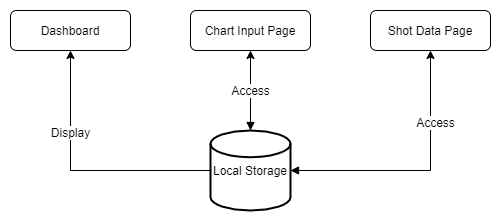
Above: doc/design.png in nsy-code/BasketballShotChart (draw.io), before the change. Source tidied: cells renumbered, new cells last; positions are measured from the earlier drawing's top-left corner, leaving out a move shared by most shapes. Its diagram source:
```xml
<mxGraphModel>
  <root>
    <mxCell id="0" />
    <mxCell id="1" parent="0" />
    <mxCell id="2" value="Dashboard" style="rounded=1;whiteSpace=wrap;html=1;" parent="1" vertex="1">
      <mxGeometry width="120" height="40" as="geometry" />
    </mxCell>
    <mxCell id="3" style="edgeStyle=orthogonalEdgeStyle;rounded=0;jettySize=auto;html=1;entryX=0.5;entryY=1;entryDx=0;entryDy=0;" parent="1" edge="1" source="8" target="2">
      <mxGeometry relative="1" as="geometry" />
    </mxCell>
    <mxCell id="4" value="Display" style="edgeLabel;html=1;align=center;verticalAlign=middle;" parent="3" vertex="1">
      <mxGeometry x="0.38" y="1" relative="1" as="geometry" />
    </mxCell>
    <mxCell id="5" value="Access" style="edgeStyle=orthogonalEdgeStyle;rounded=0;jettySize=auto;html=1;entryX=0.5;entryY=1;entryDx=0;entryDy=0;startArrow=block;startFill=1;" parent="1" edge="1" source="8" target="9">
      <mxGeometry relative="1" as="geometry" />
    </mxCell>
    <mxCell id="6" style="edgeStyle=orthogonalEdgeStyle;rounded=0;jettySize=auto;html=1;entryX=0.5;entryY=1;entryDx=0;entryDy=0;startArrow=block;startFill=1;" parent="1" edge="1" source="8" target="10">
      <mxGeometry relative="1" as="geometry" />
    </mxCell>
    <mxCell id="7" value="Access" style="edgeLabel;html=1;align=center;verticalAlign=middle;" parent="6" vertex="1">
      <mxGeometry x="0.45" y="-4" relative="1" as="geometry" />
    </mxCell>
    <mxCell id="8" value="Local Storage" style="strokeWidth=2;html=1;shape=mxgraph.flowchart.database;whiteSpace=wrap;" parent="1" vertex="1">
      <mxGeometry x="200" y="120" width="80" height="80" as="geometry" />
    </mxCell>
    <mxCell id="9" value="Chart Input Page" style="rounded=1;whiteSpace=wrap;html=1;" parent="1" vertex="1">
      <mxGeometry x="180" width="120" height="40" as="geometry" />
    </mxCell>
    <mxCell id="10" value="Shot Data Page" style="rounded=1;whiteSpace=wrap;html=1;" parent="1" vertex="1">
      <mxGeometry x="360" width="120" height="40" as="geometry" />
    </mxCell>
  </root>
</mxGraphModel>
```
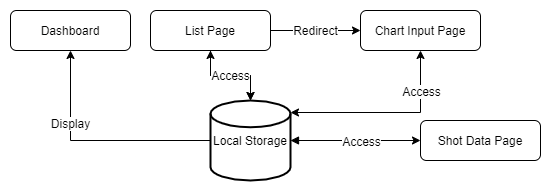
The same diagram one commit later.

Change to the diagram source:
```diff
@@ -3,7 +3,7 @@
     <mxCell id="0" />
     <mxCell id="1" parent="0" />
     <mxCell id="2" value="Dashboard" style="rounded=1;whiteSpace=wrap;html=1;" parent="1" vertex="1">
-      <mxGeometry width="120" height="40" as="geometry" />
+      <mxGeometry y="30" width="120" height="40" as="geometry" />
     </mxCell>
     <mxCell id="3" style="edgeStyle=orthogonalEdgeStyle;rounded=0;jettySize=auto;html=1;entryX=0.5;entryY=1;entryDx=0;entryDy=0;" parent="1" edge="1" source="8" target="2">
       <mxGeometry relative="1" as="geometry" />
@@ -11,23 +11,51 @@
     <mxCell id="4" value="Display" style="edgeLabel;html=1;align=center;verticalAlign=middle;" parent="3" vertex="1">
       <mxGeometry x="0.38" y="1" relative="1" as="geometry" />
     </mxCell>
-    <mxCell id="5" value="Access" style="edgeStyle=orthogonalEdgeStyle;rounded=0;jettySize=auto;html=1;entryX=0.5;entryY=1;entryDx=0;entryDy=0;startArrow=block;startFill=1;" parent="1" edge="1" source="8" target="9">
-      <mxGeometry relative="1" as="geometry" />
+    <mxCell id="5" value="Redirect" style="edgeStyle=orthogonalEdgeStyle;rounded=0;jettySize=auto;html=1;entryX=0;entryY=0.5;entryDx=0;entryDy=0;startArrow=none;startFill=1;" parent="1" edge="1" source="15" target="9">
+      <mxGeometry relative="1" as="geometry">
+        <Array as="points">
+          <mxPoint x="300" y="50" />
+          <mxPoint x="300" y="50" />
+        </Array>
+      </mxGeometry>
     </mxCell>
-    <mxCell id="6" style="edgeStyle=orthogonalEdgeStyle;rounded=0;jettySize=auto;html=1;entryX=0.5;entryY=1;entryDx=0;entryDy=0;startArrow=block;startFill=1;" parent="1" edge="1" source="8" target="10">
+    <mxCell id="6" style="edgeStyle=orthogonalEdgeStyle;rounded=0;jettySize=auto;html=1;entryX=0;entryY=0.5;entryDx=0;entryDy=0;startArrow=block;startFill=1;" parent="1" edge="1" source="8" target="10">
       <mxGeometry relative="1" as="geometry" />
     </mxCell>
     <mxCell id="7" value="Access" style="edgeLabel;html=1;align=center;verticalAlign=middle;" parent="6" vertex="1">
-      <mxGeometry x="0.45" y="-4" relative="1" as="geometry" />
+      <mxGeometry x="0.45" y="-4" relative="1" as="geometry">
+        <mxPoint x="-24" y="-4" as="offset" />
+      </mxGeometry>
     </mxCell>
     <mxCell id="8" value="Local Storage" style="strokeWidth=2;html=1;shape=mxgraph.flowchart.database;whiteSpace=wrap;" parent="1" vertex="1">
       <mxGeometry x="200" y="120" width="80" height="80" as="geometry" />
     </mxCell>
+    <mxCell id="11" style="edgeStyle=orthogonalEdgeStyle;rounded=0;jettySize=auto;html=1;entryX=1;entryY=0.15;entryDx=0;entryDy=0;entryPerimeter=0;startArrow=classic;startFill=1;exitX=0.5;exitY=1;exitDx=0;exitDy=0;" parent="1" edge="1" source="9" target="8">
+      <mxGeometry relative="1" as="geometry">
+        <Array as="points">
+          <mxPoint x="410" y="132" />
+        </Array>
+      </mxGeometry>
+    </mxCell>
+    <mxCell id="12" value="Access" style="edgeLabel;html=1;align=center;verticalAlign=middle;" parent="11" vertex="1">
+      <mxGeometry x="-0.44" y="-1" relative="1" as="geometry">
+        <mxPoint x="1" y="-14" as="offset" />
+      </mxGeometry>
+    </mxCell>
     <mxCell id="9" value="Chart Input Page" style="rounded=1;whiteSpace=wrap;html=1;" parent="1" vertex="1">
-      <mxGeometry x="180" width="120" height="40" as="geometry" />
+      <mxGeometry x="350" y="30" width="120" height="40" as="geometry" />
     </mxCell>
     <mxCell id="10" value="Shot Data Page" style="rounded=1;whiteSpace=wrap;html=1;" parent="1" vertex="1">
-      <mxGeometry x="360" width="120" height="40" as="geometry" />
+      <mxGeometry x="410" y="140" width="120" height="40" as="geometry" />
     </mxCell>
+    <mxCell id="13" style="edgeStyle=orthogonalEdgeStyle;rounded=0;jettySize=auto;html=1;" parent="1" edge="1" source="15" target="8">
+      <mxGeometry relative="1" as="geometry" />
+    </mxCell>
+    <mxCell id="14" value="Access" style="edgeStyle=orthogonalEdgeStyle;rounded=0;jettySize=auto;html=1;startArrow=classic;startFill=1;" parent="1" edge="1" source="15" target="8">
+      <mxGeometry relative="1" as="geometry" />
+    </mxCell>
+    <mxCell id="15" value="List Page" style="rounded=1;whiteSpace=wrap;html=1;" parent="1" vertex="1">
+      <mxGeometry x="140" y="30" width="120" height="40" as="geometry" />
+    </mxCell>
   </root>
 </mxGraphModel>
```
